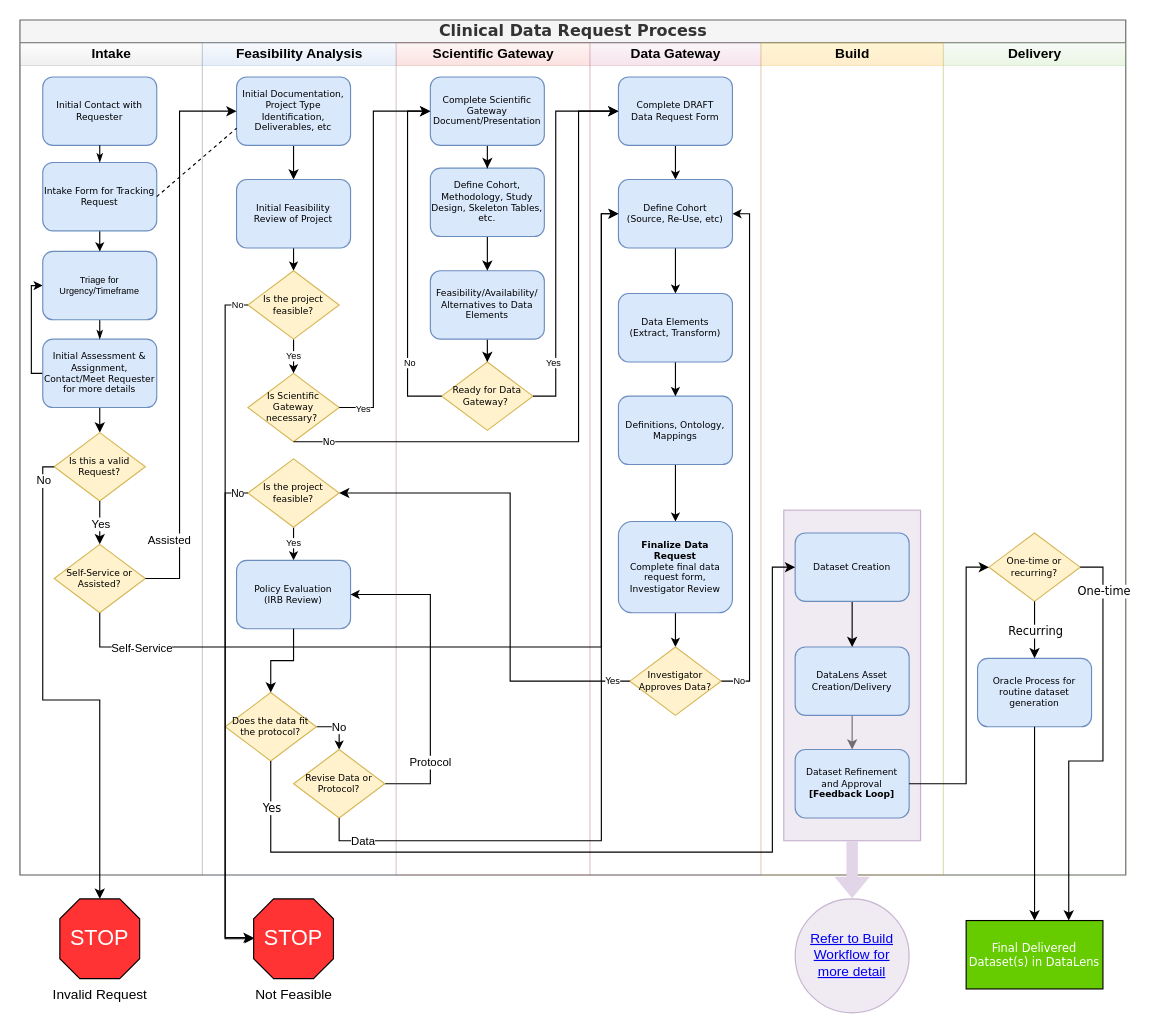
Earlier version of the draw.io diagram page "Overall Workflow" (1 of 7) of Clinical Data Request Review w Greer and Willig.drawio (ntimkovich/UAB-II-Diagrams). Source tidied: cells renumbered, new cells numbered last; positions are measured from the earlier drawing's top-left corner, leaving out a move shared by most shapes. Both pictures are drawn from the tidied source at 114%, with x=0, y=0 at pixel (19, 19).
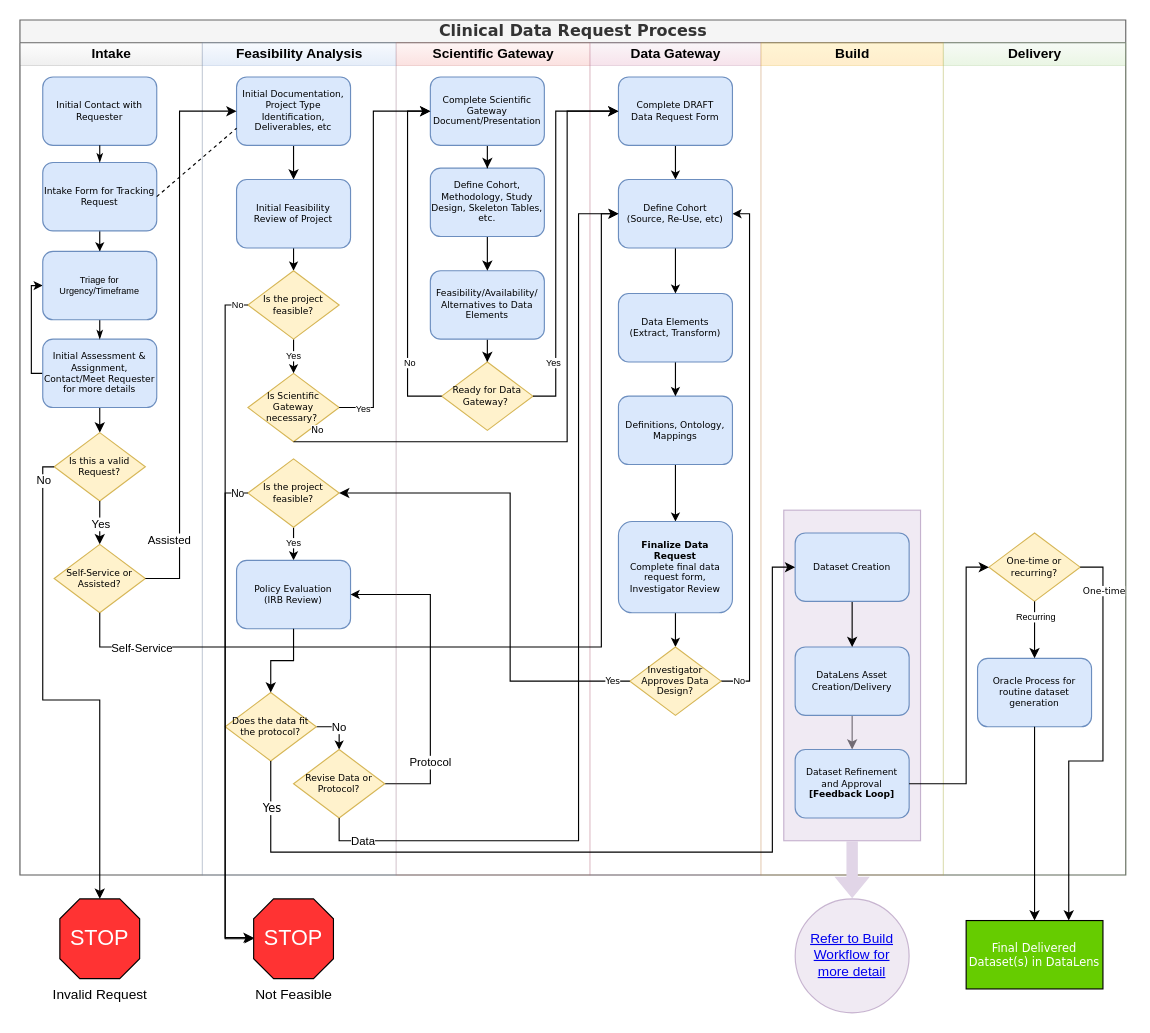
The same page after the edit.

The change refers to these unchanged cells:
```xml
<mxCell id="2" value="Clinical Data Request Process" style="swimlane;html=1;startSize=20;rounded=0;shadow=0;labelBackgroundColor=none;strokeWidth=1;fontFamily=Verdana;fontSize=14;align=center;fillColor=#f5f5f5;fontColor=#333333;strokeColor=#666666;" parent="1" vertex="1">
  <mxGeometry width="970" height="750" as="geometry" />
</mxCell>
<mxCell id="22" value="Is Scientific Gateway necessary?&amp;nbsp;" style="rhombus;whiteSpace=wrap;html=1;rounded=0;shadow=0;labelBackgroundColor=none;strokeWidth=1;fontFamily=Verdana;fontSize=8;align=center;fillColor=#fff2cc;strokeColor=#d6b656;" parent="17" vertex="1">
  <mxGeometry x="40" y="290" width="80" height="60" as="geometry" />
</mxCell>
<mxCell id="30" value="Revise Data or Protocol?" style="rhombus;whiteSpace=wrap;html=1;rounded=0;shadow=0;labelBackgroundColor=none;strokeWidth=1;fontFamily=Verdana;fontSize=8;align=center;fillColor=#fff2cc;strokeColor=#d6b656;" parent="17" vertex="1">
  <mxGeometry x="80" y="620" width="80" height="60" as="geometry" />
</mxCell>
<mxCell id="43" value="Data Gateway" style="swimlane;html=1;startSize=20;strokeColor=#996185;fillColor=#e6d0de;gradientColor=#d5739d;opacity=20;" parent="2" vertex="1">
  <mxGeometry x="500" y="20" width="150" height="730" as="geometry" />
</mxCell>
<mxCell id="52" value="Complete DRAFT &lt;br&gt;Data Request Form" style="rounded=1;whiteSpace=wrap;html=1;shadow=0;labelBackgroundColor=none;strokeWidth=1;fontFamily=Verdana;fontSize=8;align=center;fillColor=#dae8fc;strokeColor=#6c8ebf;" parent="43" vertex="1">
  <mxGeometry x="25" y="30" width="100" height="60" as="geometry" />
</mxCell>
<mxCell id="54" value="Define Cohort&lt;br&gt;(Source, Re-Use, etc)" style="rounded=1;whiteSpace=wrap;html=1;shadow=0;labelBackgroundColor=none;strokeWidth=1;fontFamily=Verdana;fontSize=8;align=center;fillColor=#dae8fc;strokeColor=#6c8ebf;" parent="43" vertex="1">
  <mxGeometry x="25" y="120" width="100" height="60" as="geometry" />
</mxCell>
<mxCell id="63" value="Delivery" style="swimlane;html=1;startSize=20;strokeColor=#82b366;fillColor=#d5e8d4;gradientColor=#97d077;opacity=20;" parent="2" vertex="1">
  <mxGeometry x="810" y="20" width="160" height="730" as="geometry" />
</mxCell>
<mxCell id="64" value="Oracle Process for routine dataset generation" style="rounded=1;whiteSpace=wrap;html=1;shadow=0;labelBackgroundColor=none;strokeWidth=1;fontFamily=Verdana;fontSize=8;align=center;fillColor=#dae8fc;strokeColor=#6c8ebf;" parent="63" vertex="1">
  <mxGeometry x="30" y="540" width="100" height="60" as="geometry" />
</mxCell>
<mxCell id="65" value="One-time or recurring?" style="rhombus;whiteSpace=wrap;html=1;rounded=0;shadow=0;labelBackgroundColor=none;strokeWidth=1;fontFamily=Verdana;fontSize=8;align=center;fillColor=#fff2cc;strokeColor=#d6b656;" parent="63" vertex="1">
  <mxGeometry x="40" y="430" width="80" height="60" as="geometry" />
</mxCell>
<mxCell id="88" style="endArrow=classic;html=1;rounded=0;fontFamily=Verdana;fontSize=8;exitX=1;exitY=0.5;exitDx=0;exitDy=0;entryX=0.75;entryY=0;entryDx=0;entryDy=0;edgeStyle=orthogonalEdgeStyle;" parent="1" edge="1" source="65" target="86">
  <mxGeometry relative="1" as="geometry">
    <Array as="points">
      <mxPoint x="950" y="480" />
      <mxPoint x="950" y="650" />
      <mxPoint x="920" y="650" />
    </Array>
  </mxGeometry>
</mxCell>
```

What changed in the source:
```diff
@@
-    <mxCell id="55" value="Investigator Approves Data?" style="rhombus;whiteSpace=wrap;html=1;rounded=0;shadow=0;labelBackgroundColor=none;strokeWidth=1;fontFamily=Verdana;fontSize=8;align=center;fillColor=#fff2cc;strokeColor=#d6b656;" parent="43" vertex="1">
+    <mxCell id="55" value="Investigator Approves Data Design?" style="rhombus;whiteSpace=wrap;html=1;rounded=0;shadow=0;labelBackgroundColor=none;strokeWidth=1;fontFamily=Verdana;fontSize=8;align=center;fillColor=#fff2cc;strokeColor=#d6b656;" parent="43" vertex="1">
       <mxGeometry x="35" y="530" width="80" height="60" as="geometry" />
     </mxCell>
@@
-    <mxCell id="66" style="endArrow=classic;html=1;rounded=0;fontFamily=Verdana;fontSize=8;exitX=0.5;exitY=1;exitDx=0;exitDy=0;entryX=0.5;entryY=0;entryDx=0;entryDy=0;" parent="63" edge="1" source="65" target="64">
+    <mxCell id="66" style="endArrow=classic;html=1;rounded=0;fontSize=8;entryX=0.5;entryY=0;entryDx=0;entryDy=0;exitX=0.5;exitY=1;exitDx=0;exitDy=0;" parent="63" edge="1" source="65" target="64">
       <mxGeometry relative="1" as="geometry" />
     </mxCell>
-    <mxCell id="67" value="Recurring" style="edgeLabel;html=1;align=center;verticalAlign=middle;fontFamily=Verdana;fontSize=10;fillColor=#FFFFFF;" parent="66" vertex="1">
-      <mxGeometry relative="1" as="geometry" />
+    <mxCell id="67" value="Recurring" style="edgeLabel;html=1;align=center;verticalAlign=middle;fontSize=8;" parent="66" vertex="1">
+      <mxGeometry x="-0.49" relative="1" as="geometry" />
     </mxCell>
@@
     <mxCell id="79" style="endArrow=classic;html=1;rounded=0;fontFamily=Verdana;fontSize=8;exitX=0.5;exitY=1;exitDx=0;exitDy=0;entryX=0;entryY=0.5;entryDx=0;entryDy=0;edgeStyle=orthogonalEdgeStyle;" parent="2" edge="1" source="22" target="52">
       <mxGeometry relative="1" as="geometry">
         <Array as="points">
-          <mxPoint x="240" y="370" />
-          <mxPoint x="490" y="370" />
-          <mxPoint x="490" y="80" />
+          <mxPoint x="480" y="370" />
+          <mxPoint x="480" y="80" />
         </Array>
       </mxGeometry>
     </mxCell>
@@
     <mxCell id="82" value="Data" style="edgeStyle=orthogonalEdgeStyle;rounded=0;jumpSize=5;jettySize=auto;html=1;exitX=0.5;exitY=1;exitDx=0;exitDy=0;entryX=0;entryY=0.5;entryDx=0;entryDy=0;fontSize=10;startSize=5;endSize=5;strokeWidth=1;" parent="2" edge="1" source="30" target="54">
       <mxGeometry x="-0.9" relative="1" as="geometry">
         <Array as="points">
           <mxPoint x="280" y="720" />
-          <mxPoint x="510" y="720" />
-          <mxPoint x="510" y="170" />
+          <mxPoint x="490" y="720" />
+          <mxPoint x="490" y="170" />
         </Array>
       </mxGeometry>
     </mxCell>
@@
-    <mxCell id="89" value="One-time" style="edgeLabel;html=1;align=center;verticalAlign=middle;fontFamily=Verdana;fontSize=10;fillColor=#FFFFFF;" parent="88" vertex="1">
+    <mxCell id="89" value="One-time" style="edgeLabel;html=1;align=center;verticalAlign=middle;fontFamily=Verdana;fontSize=8;fillColor=#FFFFFF;" parent="88" vertex="1">
       <mxGeometry relative="1" as="geometry">
         <mxPoint y="-140" as="offset" />
       </mxGeometry>
     </mxCell>
```
